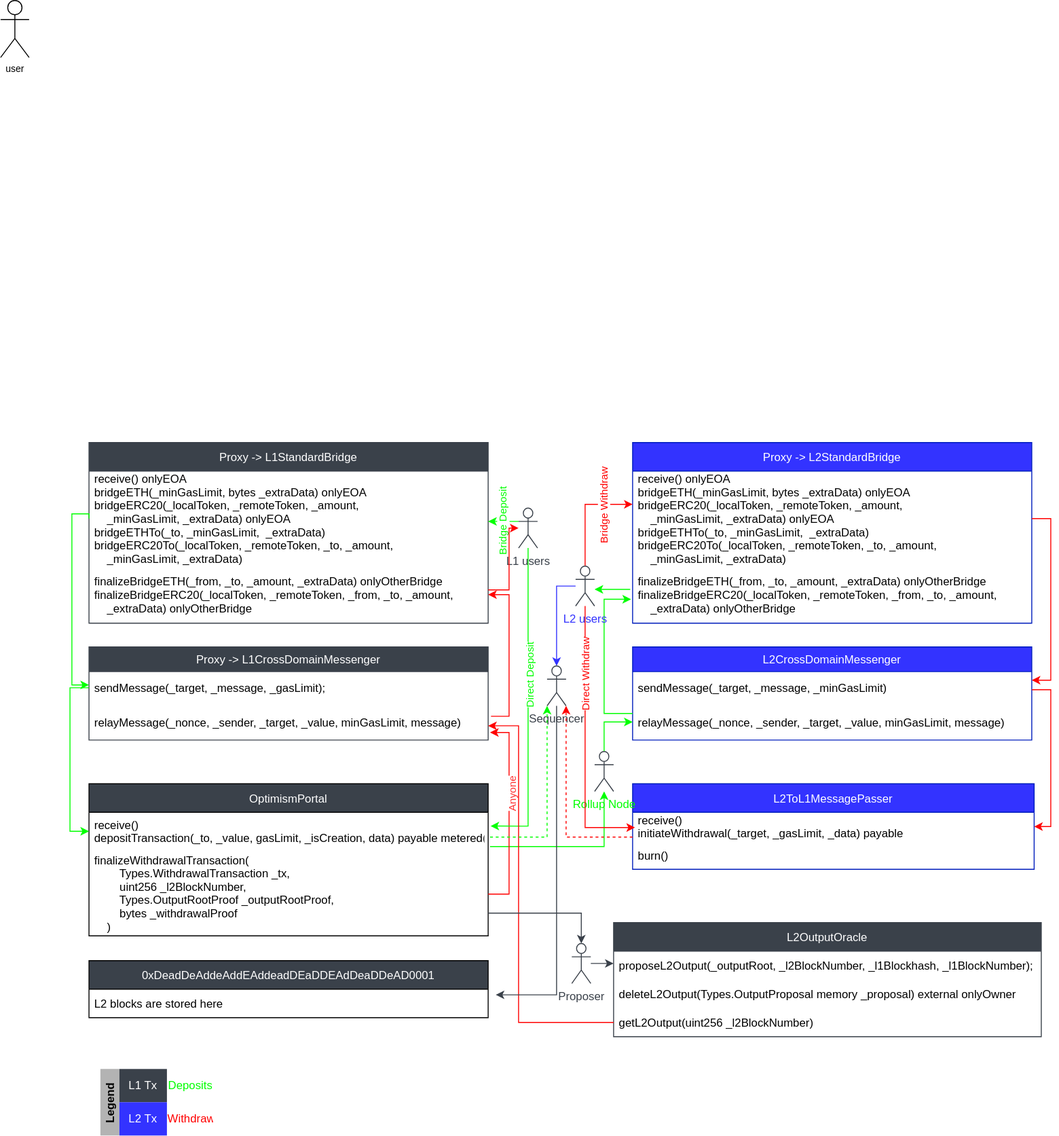
0xDatapunk/optimism keeps this draw.io diagram as packages/figures/OP-bedrock + cannon.drawio.svg. Above is the earlier version. Source tidied: cells renumbered, new cells last; positions are measured from the earlier drawing's top-left corner, leaving out a move shared by most shapes.
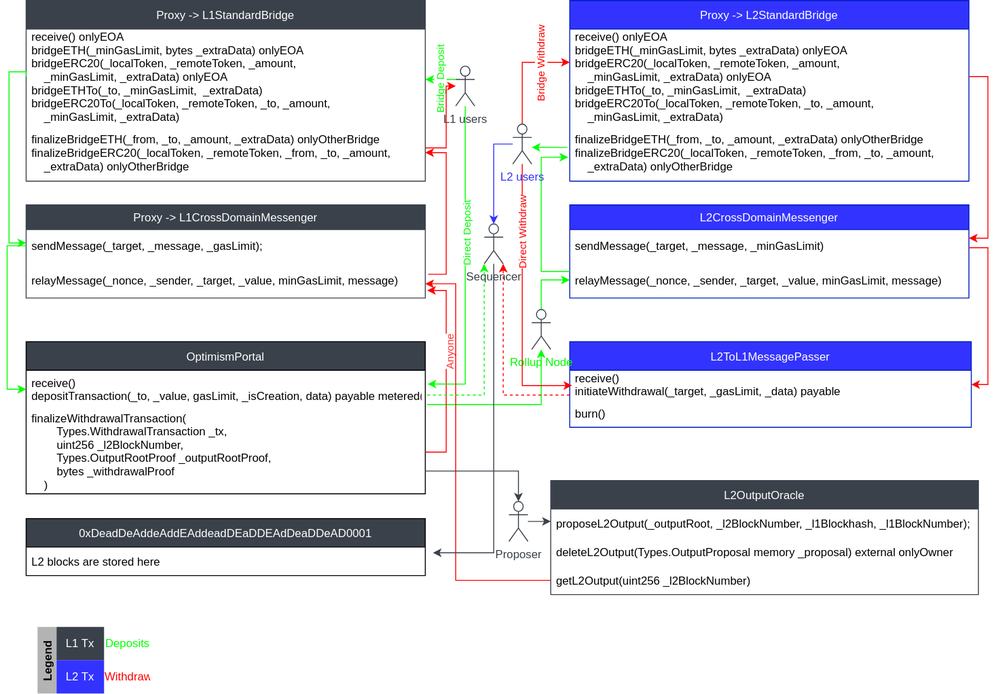
The same file after the commit.

Change to the diagram source:
```diff
@@ -2,9 +2,6 @@
   <root>
     <mxCell id="0" />
     <mxCell id="1" parent="0" />
-    <mxCell id="2" value="user" style="shape=umlActor;verticalLabelPosition=bottom;verticalAlign=top;html=1;fontSize=10;" parent="1" vertex="1">
-      <mxGeometry width="30" height="60" as="geometry" />
-    </mxCell>
     <mxCell id="3" value="Proxy -&gt; L1StandardBridge" style="swimlane;fontStyle=0;horizontal=1;startSize=30;strokeColor=#3A414A;fillColor=#3A414A;fontColor=#FFFFFF;" parent="1" vertex="1">
       <mxGeometry x="93" y="465" width="420" height="190" as="geometry" />
     </mxCell>
```
